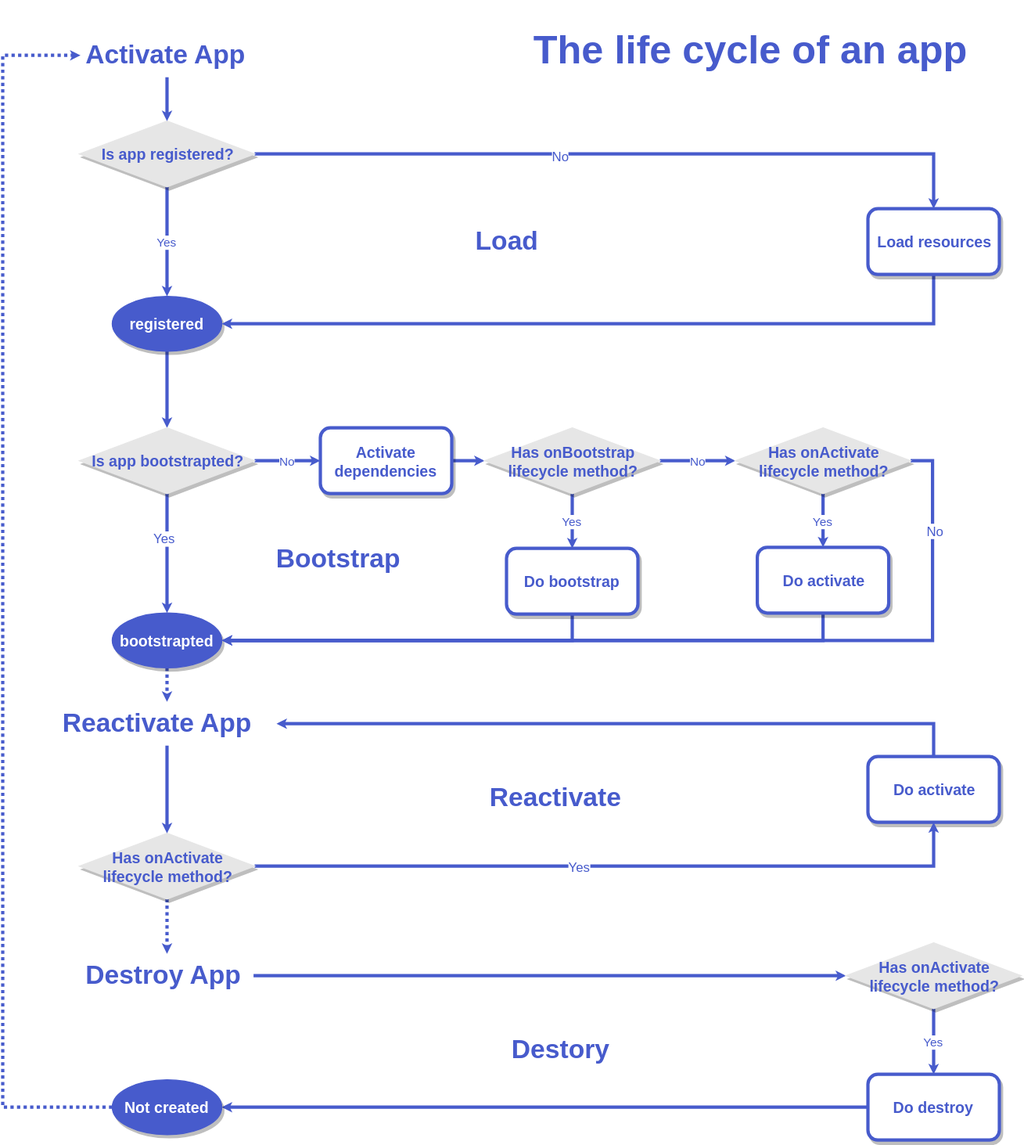
Before: images/lifecycle.drawio.svg, a diagram exported from draw.io (ralliejs/docs). Source tidied: cells renumbered, new cells last; positions are measured from the earlier drawing's top-left corner, leaving out a move shared by most shapes. Source of this version:
```xml
<mxGraphModel>
  <root>
    <mxCell id="0" />
    <mxCell id="1" parent="0" />
    <mxCell id="2" style="edgeStyle=orthogonalEdgeStyle;rounded=0;jumpSize=3;jettySize=auto;html=1;exitX=0.5;exitY=1;exitDx=0;exitDy=0;startSize=0;endSize=0;strokeColor=#475BCC;strokeWidth=3;fontColor=#475BCC;" parent="1" edge="1" source="3" target="18">
      <mxGeometry relative="1" as="geometry" />
    </mxCell>
    <mxCell id="3" value="registered" style="ellipse;whiteSpace=wrap;html=1;fontStyle=1;fillColor=#475BCC;strokeColor=#475BCC;fontColor=#FFFFFF;shadow=1;fontSize=14;" parent="1" vertex="1">
      <mxGeometry x="100" y="260" width="100" height="50" as="geometry" />
    </mxCell>
    <mxCell id="4" style="edgeStyle=orthogonalEdgeStyle;rounded=0;jettySize=auto;html=1;exitX=0.5;exitY=1;exitDx=0;exitDy=0;entryX=1;entryY=0.5;entryDx=0;entryDy=0;fontColor=#475BCC;strokeWidth=3;endSize=0;startSize=0;strokeColor=#475BCC;" parent="1" edge="1" source="5" target="3">
      <mxGeometry relative="1" as="geometry" />
    </mxCell>
    <mxCell id="5" value="Load resources" style="rounded=1;whiteSpace=wrap;html=1;fontStyle=1;strokeWidth=3;strokeColor=#475BCC;fontColor=#475BCC;shadow=1;fontSize=14;" parent="1" vertex="1">
      <mxGeometry x="790" y="180" width="120" height="60" as="geometry" />
    </mxCell>
    <mxCell id="6" style="edgeStyle=orthogonalEdgeStyle;rounded=0;jumpSize=3;jettySize=auto;html=1;exitX=1;exitY=0.5;exitDx=0;exitDy=0;startSize=0;endSize=0;strokeColor=#475BCC;strokeWidth=3;fontColor=#475BCC;" parent="1" edge="1" source="7" target="10">
      <mxGeometry relative="1" as="geometry" />
    </mxCell>
    <mxCell id="7" value="Activate dependencies" style="rounded=1;whiteSpace=wrap;html=1;fontStyle=1;strokeWidth=3;strokeColor=#475BCC;fontColor=#475BCC;shadow=1;fontSize=14;" parent="1" vertex="1">
      <mxGeometry x="290" y="380" width="120" height="60" as="geometry" />
    </mxCell>
    <mxCell id="8" value="No" style="edgeStyle=orthogonalEdgeStyle;rounded=0;jumpSize=3;jettySize=auto;html=1;exitX=1;exitY=0.5;exitDx=0;exitDy=0;entryX=0;entryY=0.5;entryDx=0;entryDy=0;startSize=0;endSize=0;strokeColor=#475BCC;strokeWidth=3;fontColor=#475BCC;" parent="1" edge="1" source="10" target="14">
      <mxGeometry relative="1" as="geometry" />
    </mxCell>
    <mxCell id="9" value="Yes" style="edgeStyle=orthogonalEdgeStyle;rounded=0;jumpSize=3;jettySize=auto;html=1;exitX=0.5;exitY=1;exitDx=0;exitDy=0;entryX=0.5;entryY=0;entryDx=0;entryDy=0;startSize=0;endSize=0;strokeColor=#475BCC;strokeWidth=3;fontColor=#475BCC;" parent="1" edge="1" source="10" target="26">
      <mxGeometry relative="1" as="geometry" />
    </mxCell>
    <mxCell id="10" value="Has onBootstrap&lt;br style=&quot;font-size: 14px;&quot;&gt;lifecycle method?" style="rhombus;whiteSpace=wrap;html=1;fontStyle=1;strokeColor=#E6E6E6;fillColor=#E6E6E6;fontColor=#475BCC;shadow=1;fontSize=14;" parent="1" vertex="1">
      <mxGeometry x="440" y="380" width="160" height="60" as="geometry" />
    </mxCell>
    <mxCell id="11" value="Yes" style="edgeStyle=orthogonalEdgeStyle;rounded=0;jumpSize=3;jettySize=auto;html=1;exitX=0.5;exitY=1;exitDx=0;exitDy=0;startSize=0;endSize=0;strokeColor=#475BCC;strokeWidth=3;fontColor=#475BCC;" parent="1" edge="1" source="14" target="28">
      <mxGeometry relative="1" as="geometry" />
    </mxCell>
    <mxCell id="12" style="edgeStyle=orthogonalEdgeStyle;rounded=0;jumpSize=3;jettySize=auto;html=1;exitX=1;exitY=0.5;exitDx=0;exitDy=0;entryX=1;entryY=0.5;entryDx=0;entryDy=0;startSize=0;endSize=0;strokeColor=#475BCC;strokeWidth=3;fontColor=#475BCC;" parent="1" edge="1" source="14" target="24">
      <mxGeometry relative="1" as="geometry" />
    </mxCell>
    <mxCell id="13" value="No" style="text;html=1;align=center;verticalAlign=middle;labelBackgroundColor=#ffffff;fontColor=#475BCC;" parent="12" vertex="1">
      <mxGeometry x="-0.8" y="2" relative="1" as="geometry" />
    </mxCell>
    <mxCell id="14" value="Has onActivate&lt;br style=&quot;font-size: 14px;&quot;&gt;lifecycle method?" style="rhombus;whiteSpace=wrap;html=1;fontStyle=1;strokeColor=#E6E6E6;fillColor=#E6E6E6;fontColor=#475BCC;shadow=1;fontSize=14;" parent="1" vertex="1">
      <mxGeometry x="669" y="380" width="160" height="60" as="geometry" />
    </mxCell>
    <mxCell id="15" value="No" style="edgeStyle=orthogonalEdgeStyle;rounded=0;jumpSize=3;jettySize=auto;html=1;exitX=1;exitY=0.5;exitDx=0;exitDy=0;startSize=0;endSize=0;strokeColor=#475BCC;strokeWidth=3;fontColor=#475BCC;" parent="1" edge="1" source="18" target="7">
      <mxGeometry relative="1" as="geometry" />
    </mxCell>
    <mxCell id="16" style="edgeStyle=orthogonalEdgeStyle;rounded=0;jumpSize=3;jettySize=auto;html=1;exitX=0.5;exitY=1;exitDx=0;exitDy=0;startSize=0;endSize=0;strokeColor=#475BCC;strokeWidth=3;fontColor=#475BCC;" parent="1" edge="1" source="18" target="24">
      <mxGeometry relative="1" as="geometry" />
    </mxCell>
    <mxCell id="17" value="Yes" style="text;html=1;align=center;verticalAlign=middle;labelBackgroundColor=#ffffff;fontColor=#475BCC;" parent="16" vertex="1">
      <mxGeometry x="-0.27" y="-3" relative="1" as="geometry" />
    </mxCell>
    <mxCell id="18" value="Is app bootstrapted?" style="rhombus;whiteSpace=wrap;html=1;fontStyle=1;strokeColor=#E6E6E6;fillColor=#E6E6E6;fontColor=#475BCC;shadow=1;fontSize=14;" parent="1" vertex="1">
      <mxGeometry x="70" y="380" width="160" height="60" as="geometry" />
    </mxCell>
    <mxCell id="19" value="Yes" style="edgeStyle=orthogonalEdgeStyle;jettySize=auto;html=1;exitX=0.5;exitY=1;exitDx=0;exitDy=0;fontColor=#475BCC;strokeWidth=3;endSize=0;startSize=0;rounded=0;jumpSize=3;strokeColor=#475BCC;" parent="1" edge="1" source="22" target="3">
      <mxGeometry relative="1" as="geometry" />
    </mxCell>
    <mxCell id="20" style="edgeStyle=orthogonalEdgeStyle;rounded=0;jettySize=auto;html=1;exitX=1;exitY=0.5;exitDx=0;exitDy=0;fontColor=#475BCC;strokeWidth=3;endSize=0;startSize=0;strokeColor=#475BCC;" parent="1" edge="1" source="22" target="5">
      <mxGeometry relative="1" as="geometry" />
    </mxCell>
    <mxCell id="21" value="No" style="text;html=1;align=center;verticalAlign=middle;labelBackgroundColor=#ffffff;fontColor=#475BCC;" parent="20" vertex="1">
      <mxGeometry x="-0.17" y="-1" relative="1" as="geometry" />
    </mxCell>
    <mxCell id="22" value="Is app registered?" style="rhombus;whiteSpace=wrap;html=1;fontStyle=1;strokeColor=#E6E6E6;fillColor=#E6E6E6;fontColor=#475BCC;shadow=1;fontSize=14;" parent="1" vertex="1">
      <mxGeometry x="70" y="100" width="160" height="60" as="geometry" />
    </mxCell>
    <mxCell id="23" style="edgeStyle=orthogonalEdgeStyle;rounded=0;jumpSize=3;jettySize=auto;html=1;exitX=0.5;exitY=1;exitDx=0;exitDy=0;entryX=0.5;entryY=0;entryDx=0;entryDy=0;startSize=0;endSize=0;strokeColor=#475BCC;strokeWidth=3;fontColor=#475BCC;dashed=1;dashPattern=1 1;" parent="1" edge="1" source="24" target="38">
      <mxGeometry relative="1" as="geometry" />
    </mxCell>
    <mxCell id="24" value="bootstrapted" style="ellipse;whiteSpace=wrap;html=1;fontStyle=1;fillColor=#475BCC;strokeColor=#475BCC;fontColor=#FFFFFF;shadow=1;fontSize=14;" parent="1" vertex="1">
      <mxGeometry x="100" y="549" width="100" height="50" as="geometry" />
    </mxCell>
    <mxCell id="25" style="edgeStyle=orthogonalEdgeStyle;rounded=0;jumpSize=3;jettySize=auto;html=1;exitX=0.5;exitY=1;exitDx=0;exitDy=0;entryX=1;entryY=0.5;entryDx=0;entryDy=0;startSize=0;endSize=0;strokeColor=#475BCC;strokeWidth=3;fontColor=#475BCC;" parent="1" edge="1" source="26" target="24">
      <mxGeometry relative="1" as="geometry" />
    </mxCell>
    <mxCell id="26" value="Do bootstrap" style="rounded=1;whiteSpace=wrap;html=1;fontStyle=1;strokeWidth=3;strokeColor=#475BCC;fontColor=#475BCC;shadow=1;fontSize=14;" parent="1" vertex="1">
      <mxGeometry x="460" y="490" width="120" height="60" as="geometry" />
    </mxCell>
    <mxCell id="27" style="edgeStyle=orthogonalEdgeStyle;rounded=0;jumpSize=3;jettySize=auto;html=1;exitX=0.5;exitY=1;exitDx=0;exitDy=0;entryX=1;entryY=0.5;entryDx=0;entryDy=0;startSize=0;endSize=0;strokeColor=#475BCC;strokeWidth=3;fontColor=#475BCC;" parent="1" edge="1" source="28" target="24">
      <mxGeometry relative="1" as="geometry" />
    </mxCell>
    <mxCell id="28" value="Do activate" style="rounded=1;whiteSpace=wrap;html=1;fontStyle=1;strokeWidth=3;strokeColor=#475BCC;fontColor=#475BCC;shadow=1;fontSize=14;" parent="1" vertex="1">
      <mxGeometry x="689" y="489" width="120" height="60" as="geometry" />
    </mxCell>
    <mxCell id="29" value="&lt;h1&gt;Load&lt;/h1&gt;&lt;div&gt;&lt;br&gt;&lt;/div&gt;" style="text;html=1;strokeColor=none;fillColor=none;spacing=5;spacingTop=-20;whiteSpace=wrap;overflow=hidden;rounded=0;fontColor=#475BCC;" parent="1" vertex="1">
      <mxGeometry x="427" y="190" width="173" height="40" as="geometry" />
    </mxCell>
    <mxCell id="30" style="edgeStyle=orthogonalEdgeStyle;rounded=0;jumpSize=3;jettySize=auto;html=1;exitX=0.5;exitY=0;exitDx=0;exitDy=0;entryX=1;entryY=0.5;entryDx=0;entryDy=0;startSize=0;endSize=0;strokeColor=#475BCC;strokeWidth=3;fontColor=#475BCC;" parent="1" edge="1" source="31" target="38">
      <mxGeometry relative="1" as="geometry" />
    </mxCell>
    <mxCell id="31" value="Do activate" style="rounded=1;whiteSpace=wrap;html=1;fontStyle=1;strokeWidth=3;strokeColor=#475BCC;fontColor=#475BCC;shadow=1;fontSize=14;" parent="1" vertex="1">
      <mxGeometry x="790" y="680" width="120" height="60" as="geometry" />
    </mxCell>
    <mxCell id="32" value="&lt;h1&gt;Bootstrap&lt;/h1&gt;" style="text;html=1;strokeColor=none;fillColor=none;spacing=5;spacingTop=-20;whiteSpace=wrap;overflow=hidden;rounded=0;fontColor=#475BCC;" parent="1" vertex="1">
      <mxGeometry x="245" y="480" width="125" height="40" as="geometry" />
    </mxCell>
    <mxCell id="33" style="edgeStyle=orthogonalEdgeStyle;rounded=0;jumpSize=3;jettySize=auto;html=1;exitX=1;exitY=0.5;exitDx=0;exitDy=0;entryX=0.5;entryY=1;entryDx=0;entryDy=0;startSize=0;endSize=0;strokeColor=#475BCC;strokeWidth=3;fontColor=#475BCC;" parent="1" edge="1" source="36" target="31">
      <mxGeometry relative="1" as="geometry" />
    </mxCell>
    <mxCell id="34" value="Yes" style="text;html=1;align=center;verticalAlign=middle;labelBackgroundColor=#ffffff;fontColor=#475BCC;" parent="33" vertex="1">
      <mxGeometry x="-0.1" relative="1" as="geometry" />
    </mxCell>
    <mxCell id="35" style="edgeStyle=orthogonalEdgeStyle;rounded=0;jumpSize=3;jettySize=auto;html=1;exitX=0.5;exitY=1;exitDx=0;exitDy=0;startSize=0;endSize=0;strokeColor=#475BCC;strokeWidth=3;fontColor=#475BCC;dashed=1;dashPattern=1 1;" parent="1" edge="1" source="36" target="42">
      <mxGeometry relative="1" as="geometry" />
    </mxCell>
    <mxCell id="36" value="Has onActivate&lt;br style=&quot;font-size: 14px;&quot;&gt;lifecycle method?" style="rhombus;whiteSpace=wrap;html=1;fontStyle=1;strokeColor=#E6E6E6;fillColor=#E6E6E6;fontColor=#475BCC;shadow=1;fontSize=14;" parent="1" vertex="1">
      <mxGeometry x="70" y="750" width="160" height="60" as="geometry" />
    </mxCell>
    <mxCell id="37" style="edgeStyle=orthogonalEdgeStyle;rounded=0;jumpSize=3;jettySize=auto;html=1;exitX=0.5;exitY=1;exitDx=0;exitDy=0;entryX=0.5;entryY=0;entryDx=0;entryDy=0;startSize=0;endSize=0;strokeColor=#475BCC;strokeWidth=3;fontColor=#475BCC;" parent="1" edge="1" source="38" target="36">
      <mxGeometry relative="1" as="geometry" />
    </mxCell>
    <mxCell id="38" value="&lt;h1&gt;Reactivate App&lt;/h1&gt;" style="text;html=1;strokeColor=none;fillColor=none;spacing=5;spacingTop=-20;whiteSpace=wrap;overflow=hidden;rounded=0;fontColor=#475BCC;" parent="1" vertex="1">
      <mxGeometry x="50" y="630" width="200" height="40" as="geometry" />
    </mxCell>
    <mxCell id="39" value="&lt;h1&gt;Reactivate&lt;/h1&gt;" style="text;html=1;strokeColor=none;fillColor=none;spacing=5;spacingTop=-20;whiteSpace=wrap;overflow=hidden;rounded=0;fontColor=#475BCC;" parent="1" vertex="1">
      <mxGeometry x="440" y="698" width="140" height="42" as="geometry" />
    </mxCell>
    <mxCell id="40" value="&lt;h1&gt;Destory&lt;/h1&gt;" style="text;html=1;strokeColor=none;fillColor=none;spacing=5;spacingTop=-20;whiteSpace=wrap;overflow=hidden;rounded=0;fontColor=#475BCC;" parent="1" vertex="1">
      <mxGeometry x="460" y="928" width="100" height="42" as="geometry" />
    </mxCell>
    <mxCell id="41" style="edgeStyle=orthogonalEdgeStyle;rounded=0;jumpSize=3;jettySize=auto;html=1;exitX=1;exitY=0.5;exitDx=0;exitDy=0;entryX=0;entryY=0.5;entryDx=0;entryDy=0;startSize=0;endSize=0;strokeColor=#475BCC;strokeWidth=3;fontColor=#475BCC;" parent="1" edge="1" source="42" target="44">
      <mxGeometry relative="1" as="geometry" />
    </mxCell>
    <mxCell id="42" value="&lt;h1&gt;Destroy App&lt;/h1&gt;" style="text;html=1;strokeColor=none;fillColor=none;spacing=5;spacingTop=-20;whiteSpace=wrap;overflow=hidden;rounded=0;fontColor=#475BCC;" parent="1" vertex="1">
      <mxGeometry x="70.5" y="860" width="158" height="40" as="geometry" />
    </mxCell>
    <mxCell id="43" value="Yes" style="edgeStyle=orthogonalEdgeStyle;rounded=0;jumpSize=3;jettySize=auto;html=1;exitX=0.5;exitY=1;exitDx=0;exitDy=0;startSize=0;endSize=0;strokeColor=#475BCC;strokeWidth=3;fontColor=#475BCC;" parent="1" edge="1" source="44" target="46">
      <mxGeometry relative="1" as="geometry" />
    </mxCell>
    <mxCell id="44" value="Has onActivate&lt;br style=&quot;font-size: 14px;&quot;&gt;lifecycle method?" style="rhombus;whiteSpace=wrap;html=1;fontStyle=1;strokeColor=#E6E6E6;fillColor=#E6E6E6;fontColor=#475BCC;shadow=1;fontSize=14;" parent="1" vertex="1">
      <mxGeometry x="770" y="850" width="160" height="60" as="geometry" />
    </mxCell>
    <mxCell id="45" style="edgeStyle=orthogonalEdgeStyle;rounded=0;jumpSize=3;jettySize=auto;html=1;exitX=0;exitY=0.5;exitDx=0;exitDy=0;entryX=1;entryY=0.5;entryDx=0;entryDy=0;startSize=0;endSize=0;strokeColor=#475BCC;strokeWidth=3;fontColor=#475BCC;" parent="1" edge="1" source="46" target="48">
      <mxGeometry relative="1" as="geometry" />
    </mxCell>
    <mxCell id="46" value="Do destroy" style="rounded=1;whiteSpace=wrap;html=1;fontStyle=1;strokeWidth=3;strokeColor=#475BCC;fontColor=#475BCC;shadow=1;fontSize=14;" parent="1" vertex="1">
      <mxGeometry x="790" y="970" width="120" height="60" as="geometry" />
    </mxCell>
    <mxCell id="47" style="edgeStyle=orthogonalEdgeStyle;rounded=0;jumpSize=3;jettySize=auto;html=1;entryX=0;entryY=0.5;entryDx=0;entryDy=0;startSize=0;endSize=0;strokeColor=#475BCC;strokeWidth=3;fontColor=#475BCC;exitX=0;exitY=0.5;exitDx=0;exitDy=0;dashed=1;dashPattern=1 1;" parent="1" edge="1" source="48" target="50">
      <mxGeometry relative="1" as="geometry">
        <Array as="points">
          <mxPoint y="1000" />
          <mxPoint y="40" />
        </Array>
      </mxGeometry>
    </mxCell>
    <mxCell id="48" value="Not created" style="ellipse;whiteSpace=wrap;html=1;fontStyle=1;fillColor=#475BCC;strokeColor=#475BCC;fontColor=#FFFFFF;shadow=1;fontSize=14;" parent="1" vertex="1">
      <mxGeometry x="100" y="975" width="100" height="50" as="geometry" />
    </mxCell>
    <mxCell id="49" style="edgeStyle=orthogonalEdgeStyle;rounded=0;jumpSize=3;jettySize=auto;html=1;exitX=0.5;exitY=1;exitDx=0;exitDy=0;startSize=0;endSize=0;strokeColor=#475BCC;strokeWidth=3;fontColor=#475BCC;" parent="1" edge="1" source="50" target="22">
      <mxGeometry relative="1" as="geometry" />
    </mxCell>
    <mxCell id="50" value="&lt;h1&gt;Activate App&lt;/h1&gt;" style="text;html=1;strokeColor=none;fillColor=none;spacing=5;spacingTop=-20;whiteSpace=wrap;overflow=hidden;rounded=0;fontColor=#475BCC;" parent="1" vertex="1">
      <mxGeometry x="70.5" y="20" width="159" height="40" as="geometry" />
    </mxCell>
    <mxCell id="51" value="&lt;h1 style=&quot;font-size: 36px;&quot;&gt;The life cycle of an app&lt;/h1&gt;" style="text;html=1;strokeColor=none;fillColor=none;spacing=5;spacingTop=-20;whiteSpace=wrap;overflow=hidden;rounded=0;fontColor=#475BCC;fontSize=36;" parent="1" vertex="1">
      <mxGeometry x="480" width="440" height="60" as="geometry" />
    </mxCell>
  </root>
</mxGraphModel>
```
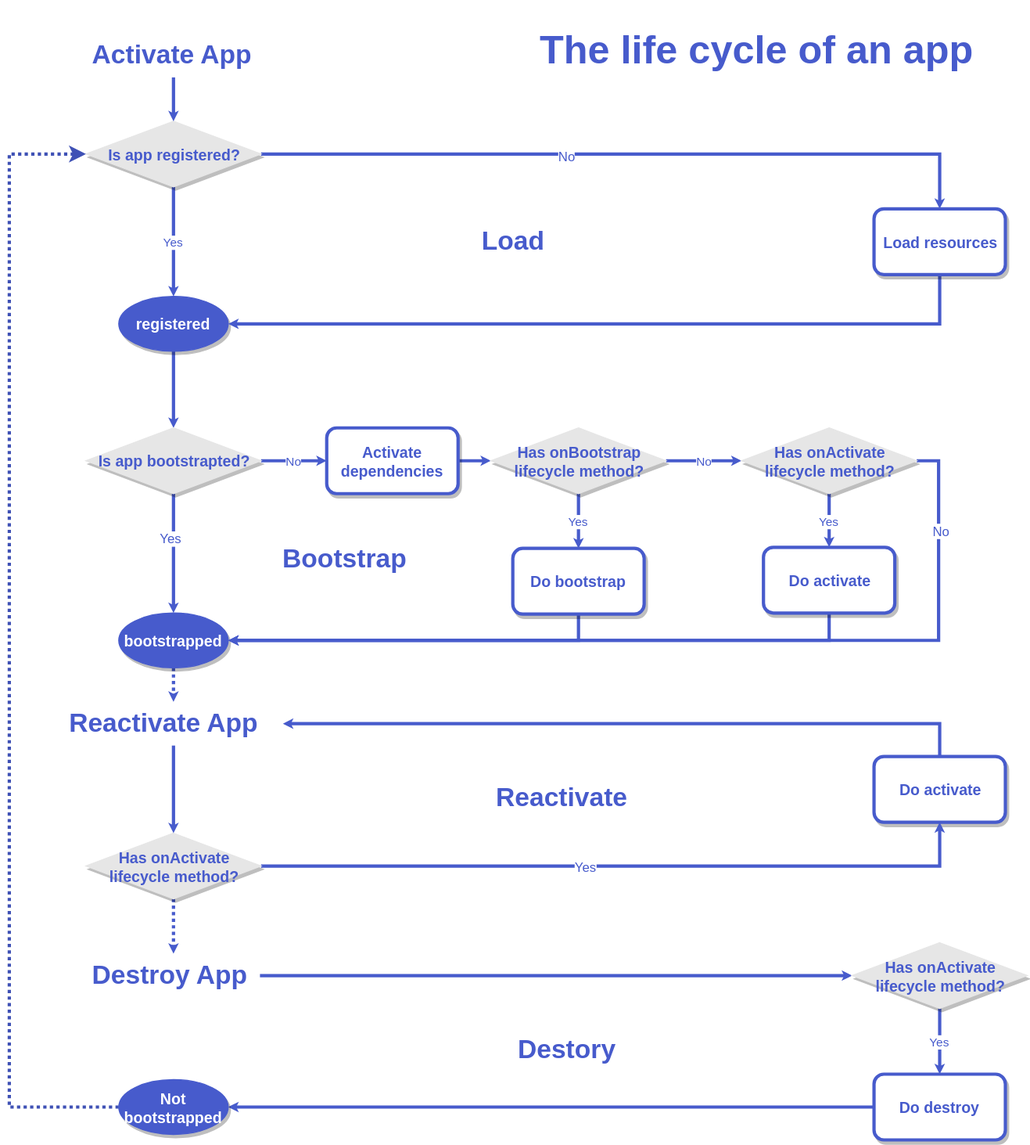
After the commit.

Commit message:
修复生命周期的文档错误

The edit, as a diff of the source:
```diff
@@ -68,7 +68,7 @@
     <mxCell id="23" style="edgeStyle=orthogonalEdgeStyle;rounded=0;jumpSize=3;jettySize=auto;html=1;exitX=0.5;exitY=1;exitDx=0;exitDy=0;entryX=0.5;entryY=0;entryDx=0;entryDy=0;startSize=0;endSize=0;strokeColor=#475BCC;strokeWidth=3;fontColor=#475BCC;dashed=1;dashPattern=1 1;" parent="1" edge="1" source="24" target="38">
       <mxGeometry relative="1" as="geometry" />
     </mxCell>
-    <mxCell id="24" value="bootstrapted" style="ellipse;whiteSpace=wrap;html=1;fontStyle=1;fillColor=#475BCC;strokeColor=#475BCC;fontColor=#FFFFFF;shadow=1;fontSize=14;" parent="1" vertex="1">
+    <mxCell id="24" value="bootstrapped" style="ellipse;whiteSpace=wrap;html=1;fontStyle=1;fillColor=#475BCC;strokeColor=#475BCC;fontColor=#FFFFFF;shadow=1;fontSize=14;" parent="1" vertex="1">
       <mxGeometry x="100" y="549" width="100" height="50" as="geometry" />
     </mxCell>
     <mxCell id="25" style="edgeStyle=orthogonalEdgeStyle;rounded=0;jumpSize=3;jettySize=auto;html=1;exitX=0.5;exitY=1;exitDx=0;exitDy=0;entryX=1;entryY=0.5;entryDx=0;entryDy=0;startSize=0;endSize=0;strokeColor=#475BCC;strokeWidth=3;fontColor=#475BCC;" parent="1" edge="1" source="26" target="24">
@@ -137,15 +137,15 @@
     <mxCell id="46" value="Do destroy" style="rounded=1;whiteSpace=wrap;html=1;fontStyle=1;strokeWidth=3;strokeColor=#475BCC;fontColor=#475BCC;shadow=1;fontSize=14;" parent="1" vertex="1">
       <mxGeometry x="790" y="970" width="120" height="60" as="geometry" />
     </mxCell>
-    <mxCell id="47" style="edgeStyle=orthogonalEdgeStyle;rounded=0;jumpSize=3;jettySize=auto;html=1;entryX=0;entryY=0.5;entryDx=0;entryDy=0;startSize=0;endSize=0;strokeColor=#475BCC;strokeWidth=3;fontColor=#475BCC;exitX=0;exitY=0.5;exitDx=0;exitDy=0;dashed=1;dashPattern=1 1;" parent="1" edge="1" source="48" target="50">
-      <mxGeometry relative="1" as="geometry">
-        <Array as="points">
-          <mxPoint y="1000" />
-          <mxPoint y="40" />
-        </Array>
-      </mxGeometry>
-    </mxCell>
+    <mxCell id="52" style="edgeStyle=orthogonalEdgeStyle;rounded=0;jettySize=auto;html=1;exitX=0;exitY=0.5;exitDx=0;exitDy=0;entryX=0;entryY=0.5;entryDx=0;entryDy=0;strokeColor=#3F51B5;dashed=1;strokeWidth=3;dashPattern=1 1;" parent="1" edge="1" source="48" target="22">
+      <mxGeometry relative="1" as="geometry">
+        <Array as="points">
+          <mxPoint y="1000" />
+          <mxPoint y="130" />
+        </Array>
+      </mxGeometry>
+    </mxCell>
-    <mxCell id="48" value="Not created" style="ellipse;whiteSpace=wrap;html=1;fontStyle=1;fillColor=#475BCC;strokeColor=#475BCC;fontColor=#FFFFFF;shadow=1;fontSize=14;" parent="1" vertex="1">
+    <mxCell id="48" value="Not bootstrapped" style="ellipse;whiteSpace=wrap;html=1;fontStyle=1;fillColor=#475BCC;strokeColor=#475BCC;fontColor=#FFFFFF;shadow=1;fontSize=14;" parent="1" vertex="1">
       <mxGeometry x="100" y="975" width="100" height="50" as="geometry" />
     </mxCell>
     <mxCell id="49" style="edgeStyle=orthogonalEdgeStyle;rounded=0;jumpSize=3;jettySize=auto;html=1;exitX=0.5;exitY=1;exitDx=0;exitDy=0;startSize=0;endSize=0;strokeColor=#475BCC;strokeWidth=3;fontColor=#475BCC;" parent="1" edge="1" source="50" target="22">
```
